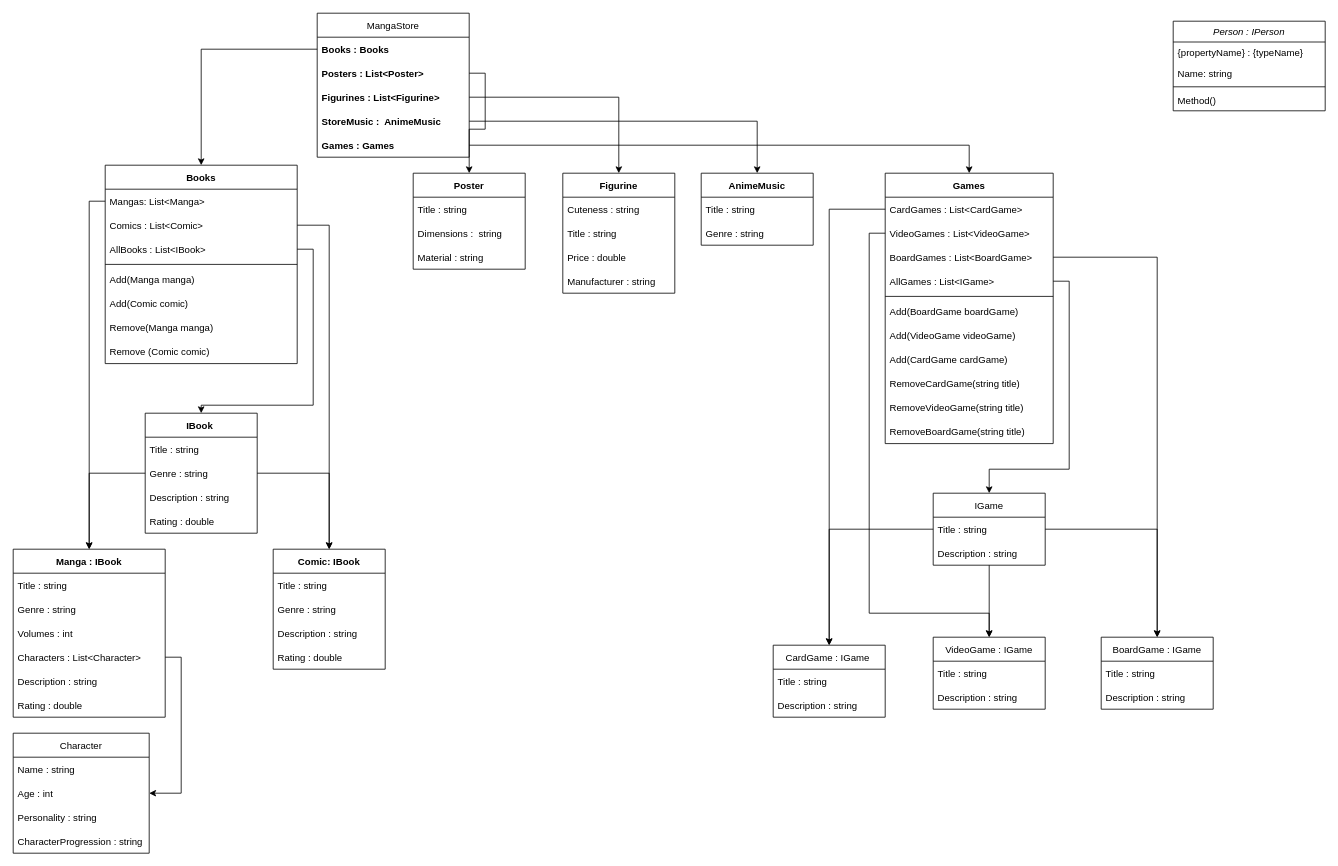
Before: MangaStore/Digrams/ClassDiagram.drawio in lauravoineag/Kata, a draw.io diagram. Source tidied: cells renumbered, new cells numbered last; positions are measured from the earlier drawing's top-left corner, leaving out a move shared by most shapes. Both pictures are drawn from the tidied source at 80%, with x=0, y=0 at pixel (13, 13).
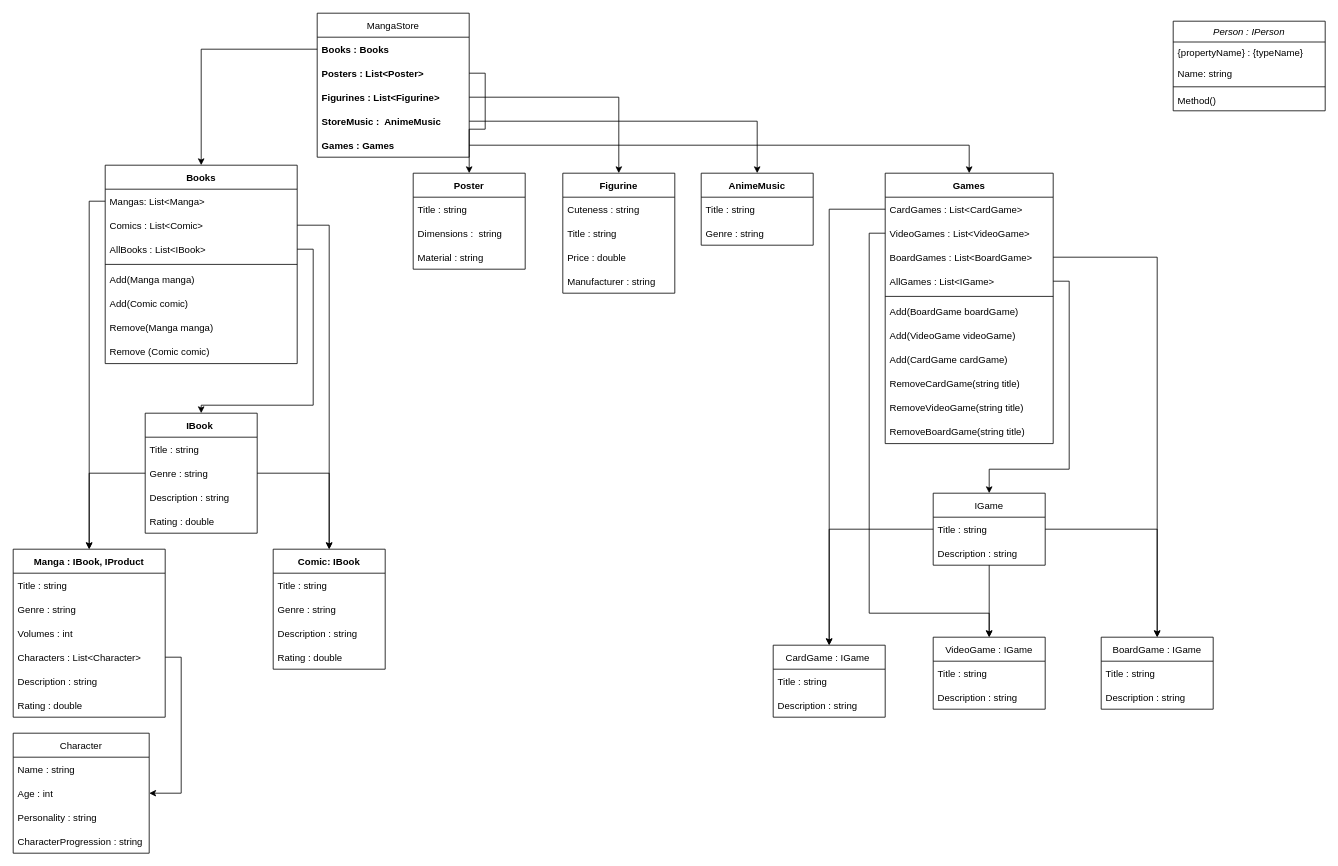
The same diagram, later.

The edit, as a diff of the source:
```diff
@@
-    <mxCell id="18" value="Manga : IBook" style="swimlane;fontStyle=1;horizontal=1;startSize=30;fontColor=#000000;" parent="1" vertex="1">
+    <mxCell id="18" value="Manga : IBook, IProduct" style="swimlane;fontStyle=1;horizontal=1;startSize=30;fontColor=#000000;" parent="1" vertex="1">
       <mxGeometry y="670" width="190" height="210" as="geometry" />
     </mxCell>
```
